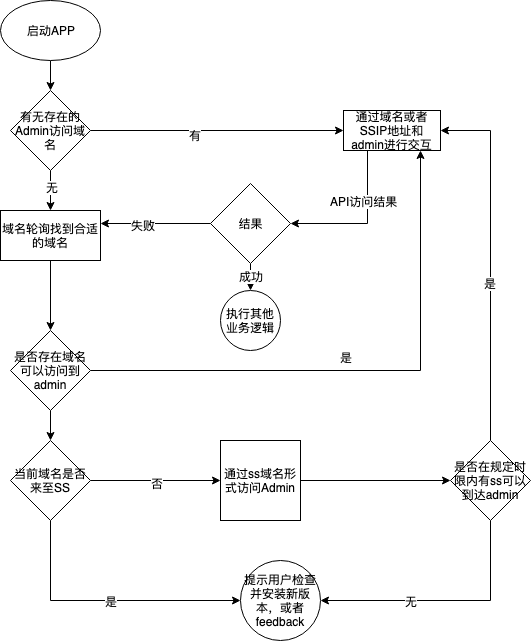
The draw.io diagram ufo/ufo-start-domains.png in wanxiaohun/pub_docs, before a commit. Source tidied: cells renumbered, new cells last; positions are measured from the earlier drawing's top-left corner, leaving out a move shared by most shapes. Source of this version:
```xml
<mxGraphModel>
  <root>
    <mxCell id="0" />
    <mxCell id="1" parent="0" />
    <mxCell id="2" style="edgeStyle=orthogonalEdgeStyle;rounded=0;jettySize=auto;html=1;exitX=0.5;exitY=1;exitDx=0;exitDy=0;entryX=0.5;entryY=0;entryDx=0;entryDy=0;" parent="1" edge="1" source="3" target="8">
      <mxGeometry relative="1" as="geometry" />
    </mxCell>
    <mxCell id="3" value="启动APP" style="ellipse;whiteSpace=wrap;html=1;" parent="1" vertex="1">
      <mxGeometry width="100" height="60" as="geometry" />
    </mxCell>
    <mxCell id="4" style="edgeStyle=orthogonalEdgeStyle;rounded=0;jettySize=auto;html=1;" parent="1" edge="1" source="8">
      <mxGeometry relative="1" as="geometry">
        <mxPoint x="50" y="210" as="targetPoint" />
      </mxGeometry>
    </mxCell>
    <mxCell id="5" value="无" style="text;html=1;align=center;verticalAlign=middle;labelBackgroundColor=#ffffff;" parent="4" vertex="1">
      <mxGeometry x="-0.2" y="1" relative="1" as="geometry" />
    </mxCell>
    <mxCell id="6" style="edgeStyle=orthogonalEdgeStyle;rounded=0;jettySize=auto;html=1;exitX=1;exitY=0.5;exitDx=0;exitDy=0;entryX=0;entryY=0.5;entryDx=0;entryDy=0;" parent="1" edge="1" source="8" target="11">
      <mxGeometry relative="1" as="geometry" />
    </mxCell>
    <mxCell id="7" value="有" style="text;html=1;align=center;verticalAlign=middle;labelBackgroundColor=#ffffff;" parent="6" vertex="1">
      <mxGeometry x="-0.18" y="-4" relative="1" as="geometry" />
    </mxCell>
    <mxCell id="8" value="有无存在的Admin访问域名" style="rhombus;whiteSpace=wrap;html=1;" parent="1" vertex="1">
      <mxGeometry x="10" y="90" width="80" height="80" as="geometry" />
    </mxCell>
    <mxCell id="9" style="edgeStyle=orthogonalEdgeStyle;rounded=0;jettySize=auto;html=1;exitX=0.25;exitY=1;exitDx=0;exitDy=0;entryX=1;entryY=0.5;entryDx=0;entryDy=0;" parent="1" edge="1" source="11" target="35">
      <mxGeometry relative="1" as="geometry" />
    </mxCell>
    <mxCell id="10" value="API访问结果" style="text;html=1;align=center;verticalAlign=middle;labelBackgroundColor=#ffffff;" parent="9" vertex="1">
      <mxGeometry x="-0.33" y="-4" relative="1" as="geometry" />
    </mxCell>
    <mxCell id="11" value="通过域名或者SSIP地址和admin进行交互" style="rounded=0;whiteSpace=wrap;html=1;" parent="1" vertex="1">
      <mxGeometry x="343" y="110" width="97" height="40" as="geometry" />
    </mxCell>
    <mxCell id="12" style="edgeStyle=orthogonalEdgeStyle;rounded=0;jettySize=auto;html=1;exitX=0.5;exitY=1;exitDx=0;exitDy=0;entryX=0.5;entryY=0;entryDx=0;entryDy=0;" parent="1" edge="1" source="13" target="17">
      <mxGeometry relative="1" as="geometry" />
    </mxCell>
    <mxCell id="13" value="域名轮询找到合适的域名" style="rounded=0;whiteSpace=wrap;html=1;" parent="1" vertex="1">
      <mxGeometry y="210" width="100" height="50" as="geometry" />
    </mxCell>
    <mxCell id="14" style="edgeStyle=orthogonalEdgeStyle;rounded=0;jettySize=auto;html=1;exitX=1;exitY=0.5;exitDx=0;exitDy=0;" parent="1" edge="1" source="17">
      <mxGeometry relative="1" as="geometry">
        <mxPoint x="420" y="150" as="targetPoint" />
        <Array as="points">
          <mxPoint x="420" y="370" />
        </Array>
      </mxGeometry>
    </mxCell>
    <mxCell id="15" value="是" style="text;html=1;align=center;verticalAlign=middle;labelBackgroundColor=#ffffff;" parent="14" vertex="1">
      <mxGeometry x="-0.07" y="14" relative="1" as="geometry" />
    </mxCell>
    <mxCell id="16" style="edgeStyle=orthogonalEdgeStyle;rounded=0;jettySize=auto;html=1;exitX=0.5;exitY=1;exitDx=0;exitDy=0;entryX=0.5;entryY=0;entryDx=0;entryDy=0;" parent="1" edge="1" source="17" target="22">
      <mxGeometry relative="1" as="geometry" />
    </mxCell>
    <mxCell id="17" value="是否存在域名可以访问到admin" style="rhombus;whiteSpace=wrap;html=1;" parent="1" vertex="1">
      <mxGeometry x="10" y="330" width="80" height="80" as="geometry" />
    </mxCell>
    <mxCell id="18" style="edgeStyle=orthogonalEdgeStyle;rounded=0;jettySize=auto;html=1;exitX=0.5;exitY=1;exitDx=0;exitDy=0;entryX=0;entryY=0.5;entryDx=0;entryDy=0;" parent="1" edge="1" source="22" target="23">
      <mxGeometry relative="1" as="geometry" />
    </mxCell>
    <mxCell id="19" value="是" style="text;html=1;align=center;verticalAlign=middle;labelBackgroundColor=#ffffff;" parent="18" vertex="1">
      <mxGeometry x="-0.44" y="30" relative="1" as="geometry">
        <mxPoint x="30" y="5" as="offset" />
      </mxGeometry>
    </mxCell>
    <mxCell id="20" style="edgeStyle=orthogonalEdgeStyle;rounded=0;jettySize=auto;html=1;entryX=0;entryY=0.5;entryDx=0;entryDy=0;" parent="1" edge="1" source="22" target="25">
      <mxGeometry relative="1" as="geometry" />
    </mxCell>
    <mxCell id="21" value="否" style="text;html=1;align=center;verticalAlign=middle;labelBackgroundColor=#ffffff;" parent="20" vertex="1">
      <mxGeometry x="0.02" y="-2" relative="1" as="geometry" />
    </mxCell>
    <mxCell id="22" value="当前域名是否来至SS" style="rhombus;whiteSpace=wrap;html=1;" parent="1" vertex="1">
      <mxGeometry x="10" y="440" width="80" height="80" as="geometry" />
    </mxCell>
    <mxCell id="23" value="提示用户检查并安装新版本，或者feedback" style="ellipse;whiteSpace=wrap;html=1;" parent="1" vertex="1">
      <mxGeometry x="240" y="560" width="80" height="80" as="geometry" />
    </mxCell>
    <mxCell id="24" style="edgeStyle=orthogonalEdgeStyle;rounded=0;jettySize=auto;html=1;entryX=0;entryY=0.5;entryDx=0;entryDy=0;" parent="1" edge="1" source="25" target="30">
      <mxGeometry relative="1" as="geometry" />
    </mxCell>
    <mxCell id="25" value="通过ss域名形式访问Admin" style="whiteSpace=wrap;html=1;" parent="1" vertex="1">
      <mxGeometry x="220" y="440" width="80" height="80" as="geometry" />
    </mxCell>
    <mxCell id="26" style="edgeStyle=orthogonalEdgeStyle;rounded=0;jettySize=auto;html=1;entryX=1;entryY=0.5;entryDx=0;entryDy=0;exitX=0.5;exitY=1;exitDx=0;exitDy=0;" parent="1" edge="1" source="30" target="23">
      <mxGeometry relative="1" as="geometry">
        <Array as="points">
          <mxPoint x="490" y="600" />
        </Array>
      </mxGeometry>
    </mxCell>
    <mxCell id="27" value="无" style="text;html=1;align=center;verticalAlign=middle;labelBackgroundColor=#ffffff;" parent="26" vertex="1">
      <mxGeometry x="0.2" y="8" relative="1" as="geometry">
        <mxPoint x="-10" y="-8" as="offset" />
      </mxGeometry>
    </mxCell>
    <mxCell id="28" style="edgeStyle=orthogonalEdgeStyle;rounded=0;jettySize=auto;html=1;entryX=1;entryY=0.5;entryDx=0;entryDy=0;" parent="1" edge="1" source="30" target="11">
      <mxGeometry relative="1" as="geometry">
        <Array as="points">
          <mxPoint x="490" y="130" />
        </Array>
      </mxGeometry>
    </mxCell>
    <mxCell id="29" value="是" style="text;html=1;align=center;verticalAlign=middle;labelBackgroundColor=#ffffff;" parent="28" vertex="1">
      <mxGeometry x="-0.12" y="1" relative="1" as="geometry" />
    </mxCell>
    <mxCell id="30" value="是否在规定时限内有ss可以到达admin" style="rhombus;whiteSpace=wrap;html=1;" parent="1" vertex="1">
      <mxGeometry x="450" y="440" width="80" height="80" as="geometry" />
    </mxCell>
    <mxCell id="31" style="edgeStyle=orthogonalEdgeStyle;rounded=0;jettySize=auto;html=1;exitX=0.5;exitY=1;exitDx=0;exitDy=0;entryX=0.5;entryY=0;entryDx=0;entryDy=0;" parent="1" edge="1" source="35" target="36">
      <mxGeometry relative="1" as="geometry" />
    </mxCell>
    <mxCell id="32" value="成功" style="text;html=1;align=center;verticalAlign=middle;labelBackgroundColor=#ffffff;" parent="31" vertex="1">
      <mxGeometry x="-0.1" relative="1" as="geometry" />
    </mxCell>
    <mxCell id="33" style="edgeStyle=orthogonalEdgeStyle;rounded=0;jettySize=auto;html=1;exitX=0;exitY=0.5;exitDx=0;exitDy=0;entryX=1;entryY=0.25;entryDx=0;entryDy=0;" parent="1" edge="1" source="35" target="13">
      <mxGeometry relative="1" as="geometry" />
    </mxCell>
    <mxCell id="34" value="失败" style="text;html=1;align=center;verticalAlign=middle;labelBackgroundColor=#ffffff;" parent="33" vertex="1">
      <mxGeometry x="0.24" y="1" relative="1" as="geometry" />
    </mxCell>
    <mxCell id="35" value="结果" style="rhombus;whiteSpace=wrap;html=1;" parent="1" vertex="1">
      <mxGeometry x="210" y="183" width="80" height="80" as="geometry" />
    </mxCell>
    <mxCell id="36" value="执行其他业务逻辑" style="ellipse;whiteSpace=wrap;html=1;" parent="1" vertex="1">
      <mxGeometry x="220" y="290" width="60" height="60" as="geometry" />
    </mxCell>
  </root>
</mxGraphModel>
```
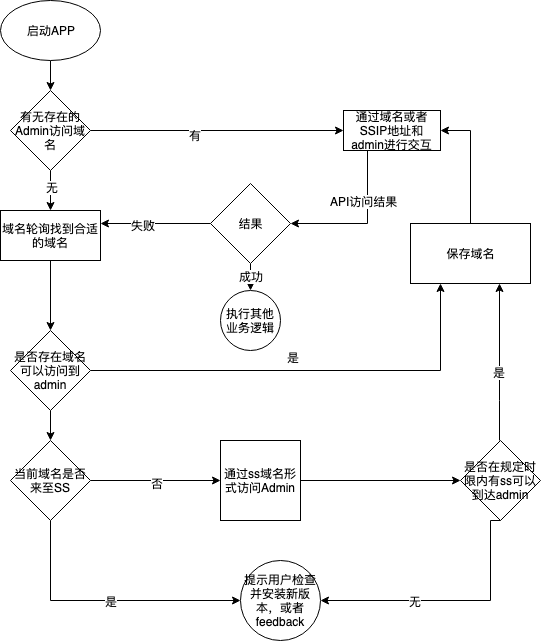
Later version of the same file.

What changed in the source:
```diff
@@ -40,11 +40,10 @@
     <mxCell id="13" value="域名轮询找到合适的域名" style="rounded=0;whiteSpace=wrap;html=1;" parent="1" vertex="1">
       <mxGeometry y="210" width="100" height="50" as="geometry" />
     </mxCell>
-    <mxCell id="14" style="edgeStyle=orthogonalEdgeStyle;rounded=0;jettySize=auto;html=1;exitX=1;exitY=0.5;exitDx=0;exitDy=0;" parent="1" edge="1" source="17">
+    <mxCell id="14" style="edgeStyle=orthogonalEdgeStyle;rounded=0;jettySize=auto;html=1;exitX=1;exitY=0.5;exitDx=0;exitDy=0;entryX=0.25;entryY=1;entryDx=0;entryDy=0;" parent="1" edge="1" source="17" target="38">
       <mxGeometry relative="1" as="geometry">
-        <mxPoint x="420" y="150" as="targetPoint" />
         <Array as="points">
-          <mxPoint x="420" y="370" />
+          <mxPoint x="440" y="370" />
         </Array>
       </mxGeometry>
     </mxCell>
@@ -95,10 +94,13 @@
         <mxPoint x="-10" y="-8" as="offset" />
       </mxGeometry>
     </mxCell>
-    <mxCell id="28" style="edgeStyle=orthogonalEdgeStyle;rounded=0;jettySize=auto;html=1;entryX=1;entryY=0.5;entryDx=0;entryDy=0;" parent="1" edge="1" source="30" target="11">
+    <mxCell id="28" style="edgeStyle=orthogonalEdgeStyle;rounded=0;orthogonalLoop=1;jettySize=auto;html=1;entryX=0.75;entryY=1;entryDx=0;entryDy=0;exitX=0.5;exitY=0;exitDx=0;exitDy=0;" parent="1" edge="1">
       <mxGeometry relative="1" as="geometry">
+        <mxPoint x="499" y="440" as="sourcePoint" />
+        <mxPoint x="499" y="283" as="targetPoint" />
         <Array as="points">
-          <mxPoint x="490" y="130" />
+          <mxPoint x="499" y="400" />
+          <mxPoint x="499" y="400" />
         </Array>
       </mxGeometry>
     </mxCell>
@@ -106,7 +108,7 @@
       <mxGeometry x="-0.12" y="1" relative="1" as="geometry" />
     </mxCell>
     <mxCell id="30" value="是否在规定时限内有ss可以到达admin" style="rhombus;whiteSpace=wrap;html=1;" parent="1" vertex="1">
-      <mxGeometry x="450" y="440" width="80" height="80" as="geometry" />
+      <mxGeometry x="460" y="440" width="80" height="80" as="geometry" />
     </mxCell>
     <mxCell id="31" style="edgeStyle=orthogonalEdgeStyle;rounded=0;jettySize=auto;html=1;exitX=0.5;exitY=1;exitDx=0;exitDy=0;entryX=0.5;entryY=0;entryDx=0;entryDy=0;" parent="1" edge="1" source="35" target="36">
       <mxGeometry relative="1" as="geometry" />
@@ -126,5 +128,11 @@
     <mxCell id="36" value="执行其他业务逻辑" style="ellipse;whiteSpace=wrap;html=1;" parent="1" vertex="1">
       <mxGeometry x="220" y="290" width="60" height="60" as="geometry" />
     </mxCell>
+    <mxCell id="37" style="edgeStyle=orthogonalEdgeStyle;rounded=0;jettySize=auto;html=1;exitX=0.5;exitY=0;exitDx=0;exitDy=0;entryX=1;entryY=0.5;entryDx=0;entryDy=0;" parent="1" edge="1" source="38" target="11">
+      <mxGeometry relative="1" as="geometry" />
+    </mxCell>
+    <mxCell id="38" value="保存域名" style="rounded=0;whiteSpace=wrap;html=1;" parent="1" vertex="1">
+      <mxGeometry x="410" y="223" width="120" height="60" as="geometry" />
+    </mxCell>
   </root>
 </mxGraphModel>
```
